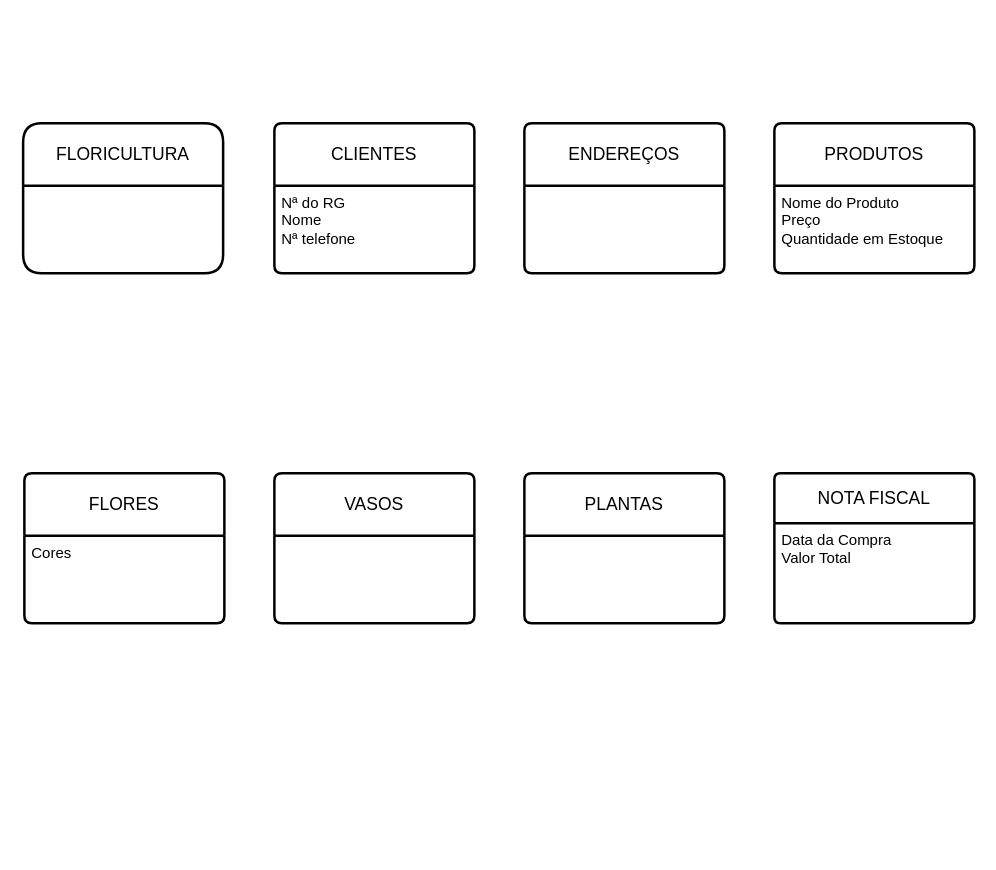
leoandrighetto/BANCO_DE_DADOS keeps this draw.io diagram as Diagrama sem nome.drawio. Above is the earlier version. Source tidied: cells renumbered, new cells numbered last; positions are measured from the earlier drawing's top-left corner, leaving out a move shared by most shapes. Both pictures are drawn from the tidied source at 125%, with x=0, y=0 at pixel (22, 122).
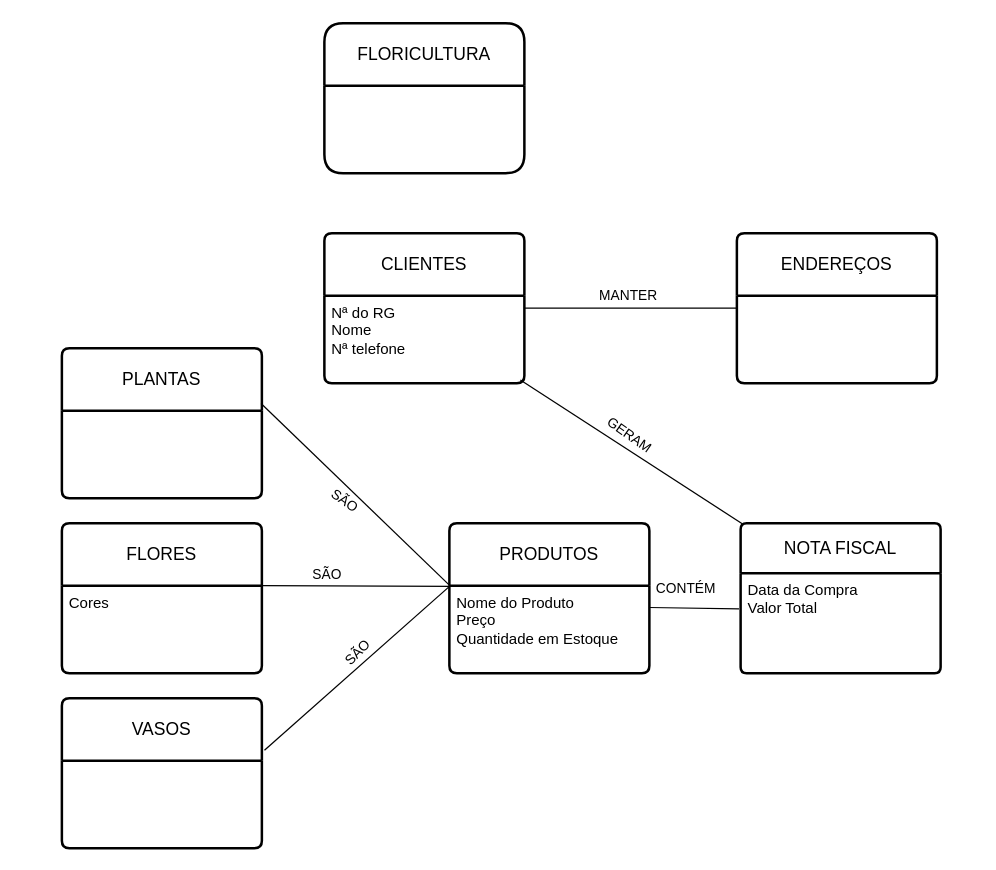
The same diagram, later.

The change refers to these unchanged cells:
```xml
<mxCell id="4" value="Data da Compra&lt;div&gt;Valor Total&lt;/div&gt;" style="align=left;strokeColor=none;fillColor=none;spacingLeft=4;spacingRight=4;fontSize=12;verticalAlign=top;html=1;whiteSpace=wrap;" parent="3" vertex="1">
  <mxGeometry y="40" width="160" height="80" as="geometry" />
</mxCell>
<mxCell id="8" value="Cores" style="align=left;strokeColor=none;fillColor=none;spacingLeft=4;spacingRight=4;fontSize=12;verticalAlign=top;html=1;whiteSpace=wrap;" parent="7" vertex="1">
  <mxGeometry y="50" width="160" height="70" as="geometry" />
</mxCell>
<mxCell id="10" value="Nª do RG&lt;div&gt;Nome&lt;/div&gt;&lt;div&gt;Nª telefone&amp;nbsp;&lt;/div&gt;" style="align=left;strokeColor=none;fillColor=none;spacingLeft=4;spacingRight=4;fontSize=12;verticalAlign=top;html=1;whiteSpace=wrap;" parent="9" vertex="1">
  <mxGeometry y="50" width="160" height="70" as="geometry" />
</mxCell>
<mxCell id="13" value="Nome do Produto&lt;div&gt;Preço&lt;/div&gt;&lt;div&gt;Quantidade em Estoque&lt;/div&gt;" style="align=left;strokeColor=none;fillColor=none;spacingLeft=4;spacingRight=4;fontSize=12;verticalAlign=top;html=1;whiteSpace=wrap;" parent="12" vertex="1">
  <mxGeometry y="50" width="160" height="70" as="geometry" />
</mxCell>
```

The edit, as a diff of the source:
```diff
@@
     <mxCell id="2" value="FLORICULTURA" style="swimlane;horizontal=1;startSize=50;rounded=1;fontSize=14;fontStyle=0;strokeWidth=2;shadow=0;dashed=0;align=center;arcSize=10;whiteSpace=wrap;html=1;" parent="1" vertex="1">
-      <mxGeometry width="160" height="120" as="geometry" />
+      <mxGeometry x="241" y="-80" width="160" height="120" as="geometry" />
     </mxCell>
     <mxCell id="3" value="NOTA FISCAL" style="swimlane;horizontal=1;startSize=40;rounded=1;fontSize=14;fontStyle=0;strokeWidth=2;shadow=0;dashed=0;align=center;arcSize=4;whiteSpace=wrap;html=1;" parent="1" vertex="1">
-      <mxGeometry x="601" y="280" width="160" height="120" as="geometry" />
+      <mxGeometry x="574" y="320" width="160" height="120" as="geometry" />
     </mxCell>
@@
     <mxCell id="5" value="PLANTAS" style="swimlane;horizontal=1;startSize=50;rounded=1;fontSize=14;fontStyle=0;strokeWidth=2;shadow=0;dashed=0;align=center;arcSize=4;whiteSpace=wrap;html=1;" parent="1" vertex="1">
-      <mxGeometry x="401" y="280" width="160" height="120" as="geometry" />
+      <mxGeometry x="31" y="180" width="160" height="120" as="geometry" />
     </mxCell>
     <mxCell id="6" value="VASOS" style="swimlane;horizontal=1;startSize=50;rounded=1;fontSize=14;fontStyle=0;strokeWidth=2;shadow=0;dashed=0;align=center;arcSize=4;whiteSpace=wrap;html=1;" parent="1" vertex="1">
-      <mxGeometry x="201" y="280" width="160" height="120" as="geometry" />
+      <mxGeometry x="31" y="460" width="160" height="120" as="geometry" />
     </mxCell>
     <mxCell id="7" value="FLORES" style="swimlane;horizontal=1;startSize=50;rounded=1;fontSize=14;fontStyle=0;strokeWidth=2;shadow=0;dashed=0;align=center;arcSize=4;whiteSpace=wrap;html=1;" parent="1" vertex="1">
-      <mxGeometry x="1" y="280" width="160" height="120" as="geometry" />
+      <mxGeometry x="31" y="320" width="160" height="120" as="geometry" />
     </mxCell>
@@
     <mxCell id="9" value="CLIENTES" style="swimlane;horizontal=1;startSize=50;rounded=1;fontSize=14;fontStyle=0;strokeWidth=2;shadow=0;dashed=0;align=center;arcSize=4;whiteSpace=wrap;html=1;" parent="1" vertex="1">
-      <mxGeometry x="201" width="160" height="120" as="geometry" />
+      <mxGeometry x="241" y="88" width="160" height="120" as="geometry" />
     </mxCell>
@@
     <mxCell id="11" value="ENDEREÇOS" style="swimlane;horizontal=1;startSize=50;rounded=1;fontSize=14;fontStyle=0;strokeWidth=2;shadow=0;dashed=0;align=center;arcSize=4;whiteSpace=wrap;html=1;" parent="1" vertex="1">
-      <mxGeometry x="401" width="160" height="120" as="geometry" />
+      <mxGeometry x="571" y="88" width="160" height="120" as="geometry" />
     </mxCell>
     <mxCell id="12" value="PRODUTOS" style="swimlane;horizontal=1;startSize=50;rounded=1;fontSize=14;fontStyle=0;strokeWidth=2;shadow=0;dashed=0;align=center;arcSize=4;whiteSpace=wrap;html=1;" parent="1" vertex="1">
-      <mxGeometry x="601" width="160" height="120" as="geometry" />
+      <mxGeometry x="341" y="320" width="160" height="120" as="geometry" />
     </mxCell>
@@
+    <mxCell id="14" style="endArrow=none;html=1;rounded=0;entryX=0;entryY=0.25;entryDx=0;entryDy=0;" parent="1" edge="1">
+      <mxGeometry relative="1" as="geometry">
+        <mxPoint x="401" y="148" as="sourcePoint" />
+        <mxPoint x="571" y="148" as="targetPoint" />
+      </mxGeometry>
+    </mxCell>
+    <mxCell id="15" value="MANTER" style="edgeLabel;html=1;align=center;verticalAlign=middle;" parent="14" vertex="1">
+      <mxGeometry x="-0.04" y="-2" relative="1" as="geometry">
+        <mxPoint y="-13" as="offset" />
+      </mxGeometry>
+    </mxCell>
+    <mxCell id="16" style="endArrow=none;html=1;rounded=0;exitX=0.996;exitY=0.369;exitDx=0;exitDy=0;exitPerimeter=0;entryX=0.005;entryY=0.42;entryDx=0;entryDy=0;entryPerimeter=0;" parent="1" edge="1" source="5" target="12">
+      <mxGeometry relative="1" as="geometry" />
+    </mxCell>
+    <mxCell id="17" value="SÃO" style="edgeLabel;html=1;align=center;verticalAlign=middle;rotation=35;" parent="16" vertex="1">
+      <mxGeometry x="-0.1" y="-2" relative="1" as="geometry">
+        <mxPoint y="10" as="offset" />
+      </mxGeometry>
+    </mxCell>
+    <mxCell id="18" style="endArrow=none;html=1;rounded=0;exitX=1;exitY=0;exitDx=0;exitDy=0;entryX=0.02;entryY=0.008;entryDx=0;entryDy=0;entryPerimeter=0;" parent="1" edge="1" source="8" target="13">
+      <mxGeometry relative="1" as="geometry" />
+    </mxCell>
+    <mxCell id="19" value="SÃO" style="edgeLabel;html=1;align=center;verticalAlign=middle;" parent="18" vertex="1">
+      <mxGeometry x="-0.13" relative="1" as="geometry">
+        <mxPoint x="-15" y="-10" as="offset" />
+      </mxGeometry>
+    </mxCell>
+    <mxCell id="20" style="endArrow=none;html=1;rounded=0;exitX=1.013;exitY=0.347;exitDx=0;exitDy=0;exitPerimeter=0;entryX=0.002;entryY=0.42;entryDx=0;entryDy=0;entryPerimeter=0;" parent="1" edge="1" source="6" target="12">
+      <mxGeometry relative="1" as="geometry" />
+    </mxCell>
+    <mxCell id="21" value="SÃO" style="edgeLabel;html=1;align=center;verticalAlign=middle;rotation=-45;" parent="20" vertex="1">
+      <mxGeometry x="-0.03" y="-2" relative="1" as="geometry">
+        <mxPoint y="-16" as="offset" />
+      </mxGeometry>
+    </mxCell>
+    <mxCell id="22" style="endArrow=none;html=1;rounded=0;entryX=0.008;entryY=0.004;entryDx=0;entryDy=0;entryPerimeter=0;exitX=0.98;exitY=0.965;exitDx=0;exitDy=0;exitPerimeter=0;" parent="1" edge="1" source="10" target="3">
+      <mxGeometry relative="1" as="geometry" />
+    </mxCell>
+    <mxCell id="23" value="GERAM" style="edgeLabel;html=1;align=center;verticalAlign=middle;rotation=35;" parent="22" vertex="1">
+      <mxGeometry x="0.33" y="-3" relative="1" as="geometry">
+        <mxPoint x="-30" y="-36" as="offset" />
+      </mxGeometry>
+    </mxCell>
+    <mxCell id="24" style="endArrow=none;html=1;rounded=0;entryX=1;entryY=0.25;entryDx=0;entryDy=0;exitX=-0.008;exitY=0.357;exitDx=0;exitDy=0;exitPerimeter=0;" parent="1" edge="1" source="4" target="13">
+      <mxGeometry relative="1" as="geometry" />
+    </mxCell>
+    <mxCell id="25" value="CONTÉM" style="edgeLabel;html=1;align=center;verticalAlign=middle;rotation=0;" parent="24" vertex="1">
+      <mxGeometry x="-0.26" y="-4" relative="1" as="geometry">
+        <mxPoint x="-16" y="-13" as="offset" />
+      </mxGeometry>
+    </mxCell>
```
